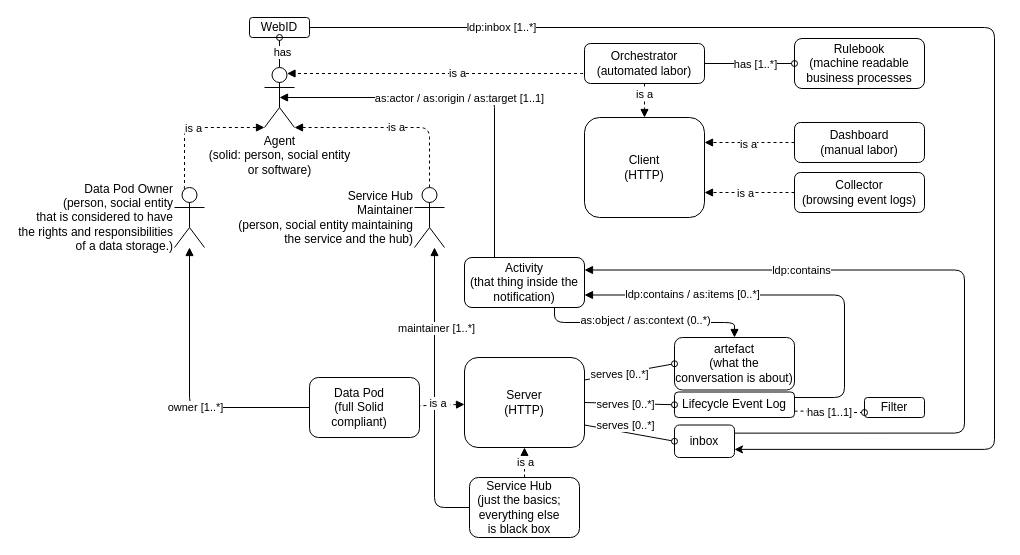
Before: diagrams/terminology.drawio in MellonScholarlyCommunication/spec-overview, a draw.io diagram. Source tidied: cells renumbered, new cells numbered last; positions are measured from the earlier drawing's top-left corner, leaving out a move shared by most shapes. Both pictures are drawn from the tidied source at 100%, with x=0, y=0 at pixel (174, 17).
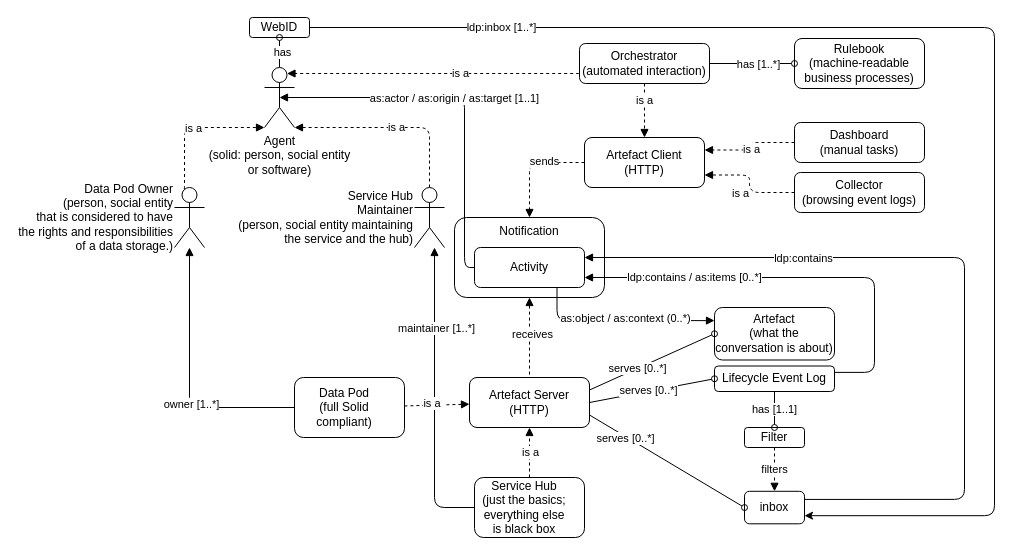
Above is the later version.

Commit message (it also covers changes not shown here):
Overhaul terminology

Unchanged cells that the change refers to:
```xml
<mxCell id="6" value="Agent&lt;br&gt;(solid: person, social entity &lt;br&gt;or software)" style="shape=umlActor;verticalLabelPosition=bottom;verticalAlign=top;html=1;outlineConnect=0;" parent="1" vertex="1">
  <mxGeometry x="90" y="50" width="30" height="60" as="geometry" />
</mxCell>
<mxCell id="36" value="WebID" style="rounded=1;whiteSpace=wrap;html=1;fillColor=none;" parent="1" vertex="1">
  <mxGeometry x="75" width="60" height="20" as="geometry" />
</mxCell>
```

The edit, as a diff of the source:
```diff
@@
+    <mxCell id="61" value="Notification" style="rounded=1;whiteSpace=wrap;html=1;fillColor=none;verticalAlign=top;" parent="1" vertex="1">
+      <mxGeometry x="280" y="200" width="150" height="80" as="geometry" />
+    </mxCell>
-    <mxCell id="2" style="edgeStyle=orthogonalEdgeStyle;html=1;exitX=0.5;exitY=0.5;exitDx=0;exitDy=0;exitPerimeter=0;entryX=0.25;entryY=0;entryDx=0;entryDy=0;startArrow=block;startFill=1;endArrow=none;endFill=0;" parent="1" edge="1" source="6" target="37">
-      <mxGeometry relative="1" as="geometry" />
+    <mxCell id="2" style="edgeStyle=orthogonalEdgeStyle;html=1;exitX=0.5;exitY=0.5;exitDx=0;exitDy=0;exitPerimeter=0;startArrow=block;startFill=1;endArrow=none;endFill=0;entryX=0;entryY=0.5;entryDx=0;entryDy=0;" parent="1" edge="1" source="6" target="37">
+      <mxGeometry relative="1" as="geometry">
+        <Array as="points">
+          <mxPoint x="290" y="80" />
+          <mxPoint x="290" y="250" />
+        </Array>
+      </mxGeometry>
     </mxCell>
@@
     <mxCell id="9" value="&lt;div&gt;Data Pod&lt;br&gt;&lt;/div&gt;&lt;div&gt;(full Solid compliant)&lt;/div&gt;" style="rounded=1;whiteSpace=wrap;html=1;strokeWidth=1;strokeColor=default;align=center;verticalAlign=middle;spacingRight=10;fillColor=none;" parent="1" vertex="1">
-      <mxGeometry x="135" y="360" width="110" height="60" as="geometry" />
+      <mxGeometry x="120" y="360" width="110" height="60" as="geometry" />
     </mxCell>
@@
     <mxCell id="14" value="&lt;div&gt;Service Hub&lt;br&gt;&lt;/div&gt;&lt;div&gt;(just the basics; everything else is&amp;nbsp;&lt;span&gt;black box&lt;/span&gt;&lt;/div&gt;" style="rounded=1;whiteSpace=wrap;html=1;strokeWidth=1;strokeColor=default;align=center;verticalAlign=middle;spacingRight=10;fillColor=none;" parent="1" vertex="1">
-      <mxGeometry x="295" y="460" width="110" height="60" as="geometry" />
+      <mxGeometry x="300" y="460" width="110" height="60" as="geometry" />
     </mxCell>
@@
-    <mxCell id="22" value="Server&lt;br&gt;(HTTP)" style="rounded=1;whiteSpace=wrap;html=1;fillColor=none;" parent="1" vertex="1">
-      <mxGeometry x="290" y="340" width="120" height="90" as="geometry" />
+    <mxCell id="22" value="Artefact Server&lt;br&gt;(HTTP)" style="rounded=1;whiteSpace=wrap;html=1;fillColor=none;" parent="1" vertex="1">
+      <mxGeometry x="295" y="360" width="120" height="50" as="geometry" />
     </mxCell>
     <mxCell id="23" style="edgeStyle=orthogonalEdgeStyle;html=1;entryX=1;entryY=0.25;entryDx=0;entryDy=0;startArrow=none;startFill=0;endArrow=block;endFill=1;exitX=1;exitY=0.25;exitDx=0;exitDy=0;" parent="1" edge="1" source="25" target="37">
       <mxGeometry relative="1" as="geometry">
         <Array as="points">
-          <mxPoint x="790" y="416" />
-          <mxPoint x="790" y="253" />
+          <mxPoint x="790" y="482" />
+          <mxPoint x="790" y="240" />
         </Array>
       </mxGeometry>
     </mxCell>
@@
     <mxCell id="25" value="inbox" style="rounded=1;whiteSpace=wrap;html=1;fillColor=none;" parent="1" vertex="1">
-      <mxGeometry x="500" y="407.5" width="60" height="32.5" as="geometry" />
+      <mxGeometry x="570" y="473.8" width="60" height="32.5" as="geometry" />
     </mxCell>
-    <mxCell id="26" style="edgeStyle=orthogonalEdgeStyle;html=1;entryX=1;entryY=0.75;entryDx=0;entryDy=0;startArrow=none;startFill=0;endArrow=block;endFill=1;" parent="1" edge="1" source="30" target="37">
+    <mxCell id="26" style="edgeStyle=orthogonalEdgeStyle;html=1;entryX=1;entryY=0.75;entryDx=0;entryDy=0;startArrow=none;startFill=0;endArrow=block;endFill=1;exitX=1;exitY=0.25;exitDx=0;exitDy=0;" parent="1" edge="1" source="30" target="37">
       <mxGeometry relative="1" as="geometry">
         <Array as="points">
-          <mxPoint x="670" y="380" />
-          <mxPoint x="670" y="278" />
+          <mxPoint x="700" y="355" />
+          <mxPoint x="700" y="260" />
         </Array>
       </mxGeometry>
     </mxCell>
@@
-    <mxCell id="28" style="edgeStyle=orthogonalEdgeStyle;html=1;exitX=1;exitY=0.75;exitDx=0;exitDy=0;entryX=0;entryY=0.75;entryDx=0;entryDy=0;dashed=1;startArrow=none;startFill=0;endArrow=oval;endFill=0;" parent="1" edge="1" source="30" target="59">
+    <mxCell id="28" style="edgeStyle=orthogonalEdgeStyle;html=1;exitX=0.5;exitY=1;exitDx=0;exitDy=0;entryX=0.5;entryY=0;entryDx=0;entryDy=0;startArrow=none;startFill=0;endArrow=oval;endFill=0;" parent="1" edge="1" source="30" target="59">
       <mxGeometry relative="1" as="geometry" />
     </mxCell>
@@
     <mxCell id="30" value="Lifecycle Event Log" style="rounded=1;whiteSpace=wrap;html=1;fillColor=none;" parent="1" vertex="1">
-      <mxGeometry x="500" y="374.5" width="120" height="25.5" as="geometry" />
+      <mxGeometry x="540" y="348.5" width="120" height="25.5" as="geometry" />
     </mxCell>
-    <mxCell id="31" style="edgeStyle=orthogonalEdgeStyle;html=1;exitX=0.5;exitY=0;exitDx=0;exitDy=0;entryX=0.75;entryY=1;entryDx=0;entryDy=0;startArrow=block;startFill=1;endArrow=none;endFill=0;" parent="1" edge="1" source="33" target="37">
+    <mxCell id="31" style="edgeStyle=orthogonalEdgeStyle;html=1;exitX=0;exitY=0.25;exitDx=0;exitDy=0;entryX=0.75;entryY=1;entryDx=0;entryDy=0;startArrow=block;startFill=1;endArrow=none;endFill=0;" parent="1" edge="1" source="33" target="37">
       <mxGeometry relative="1" as="geometry" />
     </mxCell>
     <mxCell id="32" value="as:object / as:context (0..*)" style="edgeLabel;html=1;align=center;verticalAlign=middle;" parent="31" vertex="1">
       <mxGeometry x="0.22" y="-3" relative="1" as="geometry">
-        <mxPoint x="23" as="offset" />
+        <mxPoint x="26" as="offset" />
       </mxGeometry>
     </mxCell>
-    <mxCell id="33" value="artefact&lt;br&gt;(what the conversation is about)" style="rounded=1;whiteSpace=wrap;html=1;fillColor=none;strokeColor=#000000;strokeWidth=1;" parent="1" vertex="1">
-      <mxGeometry x="500" y="320" width="120" height="52.5" as="geometry" />
+    <mxCell id="33" value="Artefact&lt;br&gt;(what the conversation is about)" style="rounded=1;whiteSpace=wrap;html=1;fillColor=none;strokeColor=#000000;strokeWidth=1;" parent="1" vertex="1">
+      <mxGeometry x="540" y="290" width="120" height="52.5" as="geometry" />
     </mxCell>
     <mxCell id="34" style="edgeStyle=orthogonalEdgeStyle;html=1;exitX=1;exitY=0.5;exitDx=0;exitDy=0;entryX=1;entryY=0.75;entryDx=0;entryDy=0;jumpStyle=none;" parent="1" edge="1" source="36" target="25">
       <mxGeometry relative="1" as="geometry">
         <Array as="points">
           <mxPoint x="820" y="10" />
-          <mxPoint x="820" y="432" />
+          <mxPoint x="820" y="498" />
         </Array>
       </mxGeometry>
     </mxCell>
@@
-    <mxCell id="37" value="Activity&lt;br&gt;(that thing inside the notification)" style="rounded=1;whiteSpace=wrap;html=1;fillColor=default;" parent="1" vertex="1">
-      <mxGeometry x="290" y="240" width="120" height="50" as="geometry" />
+    <mxCell id="37" value="Activity" style="rounded=1;whiteSpace=wrap;html=1;fillColor=default;" parent="1" vertex="1">
+      <mxGeometry x="300" y="230" width="110" height="40" as="geometry" />
     </mxCell>
     <mxCell id="38" value="serves [0..*]" style="edgeLabel;html=1;align=center;verticalAlign=middle;" parent="1" vertex="1">
-      <mxGeometry x="450" y="407.5" as="geometry" />
+      <mxGeometry x="450" y="420" as="geometry" />
     </mxCell>
@@
-    <mxCell id="51" value="Orchestrator&lt;br&gt;(automated labor)" style="rounded=1;whiteSpace=wrap;html=1;fillColor=default;" parent="1" vertex="1">
-      <mxGeometry x="410" y="26" width="120" height="40" as="geometry" />
+    <mxCell id="51" value="Orchestrator&lt;br&gt;(automated interaction)" style="rounded=1;whiteSpace=wrap;html=1;fillColor=default;" parent="1" vertex="1">
+      <mxGeometry x="405" y="26" width="130" height="40" as="geometry" />
     </mxCell>
@@
+    <mxCell id="62" style="edgeStyle=orthogonalEdgeStyle;html=1;exitX=0;exitY=0.5;exitDx=0;exitDy=0;endArrow=block;endFill=1;dashed=1;" parent="1" edge="1" source="55" target="61">
+      <mxGeometry relative="1" as="geometry" />
+    </mxCell>
+    <mxCell id="63" value="sends" style="edgeLabel;html=1;align=center;verticalAlign=middle;" parent="62" vertex="1">
+      <mxGeometry x="-0.26" y="-2" relative="1" as="geometry" />
+    </mxCell>
-    <mxCell id="55" value="Client&lt;br&gt;(HTTP)" style="rounded=1;whiteSpace=wrap;html=1;fillColor=none;" parent="1" vertex="1">
-      <mxGeometry x="410" y="100" width="120" height="100" as="geometry" />
+    <mxCell id="55" value="Artefact Client&lt;br&gt;(HTTP)" style="rounded=1;whiteSpace=wrap;html=1;fillColor=none;" parent="1" vertex="1">
+      <mxGeometry x="410" y="120" width="120" height="50" as="geometry" />
     </mxCell>
@@
-    <mxCell id="58" value="Dashboard&lt;br&gt;(manual labor)" style="rounded=1;whiteSpace=wrap;html=1;fillColor=default;" parent="1" vertex="1">
+    <mxCell id="58" value="Dashboard&lt;br&gt;(manual tasks)" style="rounded=1;whiteSpace=wrap;html=1;fillColor=default;" parent="1" vertex="1">
       <mxGeometry x="620" y="105" width="130" height="40" as="geometry" />
     </mxCell>
+    <mxCell id="64" value="filters" style="edgeStyle=none;html=1;exitX=0.5;exitY=1;exitDx=0;exitDy=0;entryX=0.5;entryY=0;entryDx=0;entryDy=0;endArrow=block;endFill=1;dashed=1;" parent="1" edge="1" source="59" target="25">
+      <mxGeometry relative="1" as="geometry" />
+    </mxCell>
     <mxCell id="59" value="Filter" style="rounded=1;whiteSpace=wrap;html=1;fillColor=none;" parent="1" vertex="1">
-      <mxGeometry x="690" y="380" width="60" height="20" as="geometry" />
+      <mxGeometry x="570" y="410" width="60" height="20" as="geometry" />
     </mxCell>
-    <mxCell id="60" value="Rulebook&lt;br&gt;(machine readable business processes" style="rounded=1;whiteSpace=wrap;html=1;fillColor=none;" parent="1" vertex="1">
+    <mxCell id="60" value="Rulebook&lt;br&gt;(machine-readable business processes)" style="rounded=1;whiteSpace=wrap;html=1;fillColor=none;" parent="1" vertex="1">
       <mxGeometry x="620" y="21" width="130" height="50" as="geometry" />
     </mxCell>
+    <mxCell id="65" style="edgeStyle=orthogonalEdgeStyle;html=1;exitX=0.5;exitY=1;exitDx=0;exitDy=0;entryX=0.5;entryY=0;entryDx=0;entryDy=0;dashed=1;endArrow=none;endFill=0;startArrow=block;startFill=1;" parent="1" edge="1" source="61" target="22">
+      <mxGeometry relative="1" as="geometry" />
+    </mxCell>
+    <mxCell id="66" value="receives" style="edgeLabel;html=1;align=center;verticalAlign=middle;" parent="65" vertex="1">
+      <mxGeometry x="-0.11" y="2" relative="1" as="geometry" />
+    </mxCell>
```
